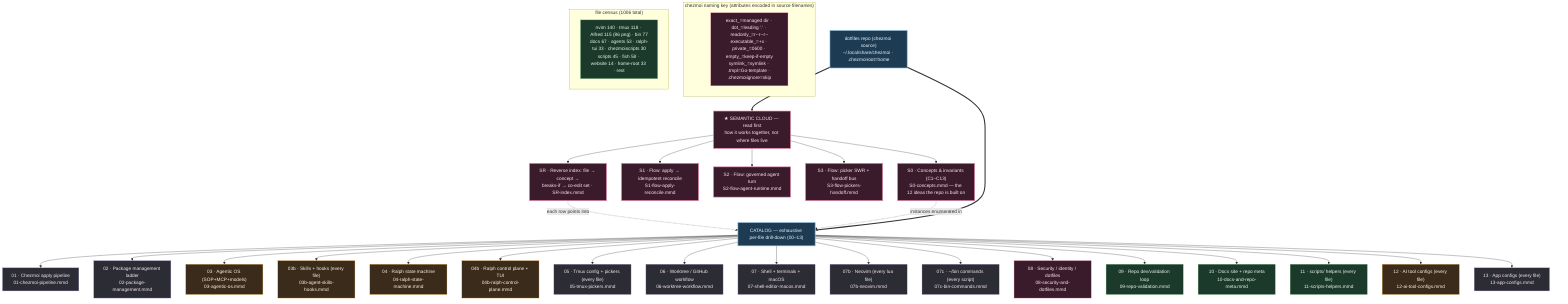
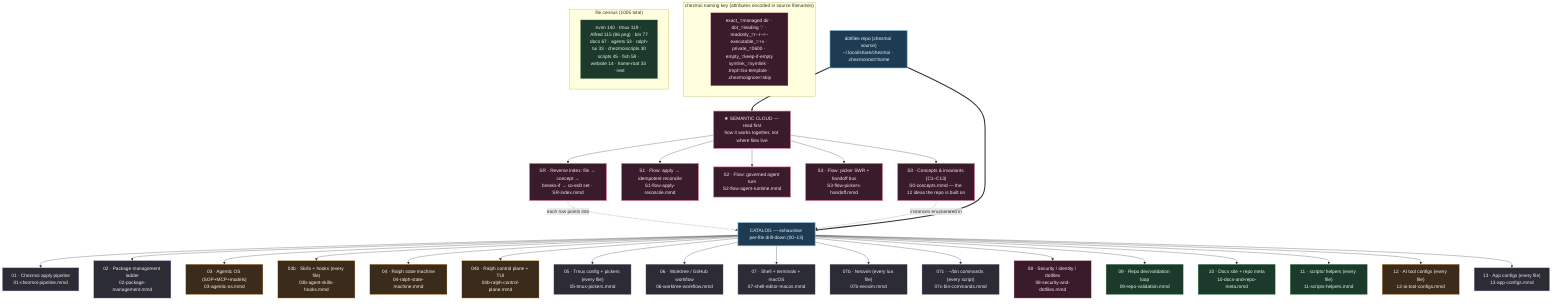
%% ============================================================================
%% 00-overview.mmd — Master navigation map for kapral18/dotfiles
%% TWO LAYERS:
%%   SEMANTIC CLOUD (read first) — how the system THINKS: concepts+invariants
%%     (S0), cross-cutting flows (S1/S2/S3), and a reverse index (SR) that maps
%%     any file to its concept, blast radius, and co-edit set.
%%   CATALOG (drill-down) — how the system is LAID OUT: 00-13 enumerate every
- %%     one of the 1006 tracked files by exact chezmoi source path.
+ %%     one of the 1005 tracked files by exact chezmoi source path.
%% `home/` is chezmoi source deployed to $HOME; scripts/tools/website/docs are
%% repo-side (NOT deployed). Each node → a deeper .mmd.
%% ============================================================================
graph TD
    classDef entry fill:#1d3b53,stroke:#7fb3d5,color:#eaf2f8,stroke-width:2px;
    classDef sys fill:#2c2c34,stroke:#b39ddb,color:#f3e5f5;
    classDef ai fill:#3a2b1b,stroke:#ffb74d,color:#fff3e0;
    classDef repo fill:#1b3a2b,stroke:#81c784,color:#e8f5e9;
    classDef data fill:#3a1b2b,stroke:#f48fb1,color:#fce4ec;
    classDef sem fill:#3a1b2b,stroke:#f48fb1,color:#fce4ec,stroke-width:2px;

    ROOT["dotfiles repo (chezmoi source)<br/>~/.local/share/chezmoi · .chezmoiroot=home"]:::entry

    %% ---- SEMANTIC LAYER (read before the catalog) --------------------------
    ROOT ==> SEMHEAD["★ SEMANTIC CLOUD — read first<br/>how it works together, not where files live"]:::sem
    SEMHEAD --> S0["S0 · Concepts & invariants (C1–C13)<br/>S0-concepts.mmd — the 12 ideas the repo is built on"]:::sem
    SEMHEAD --> S1["S1 · Flow: apply → idempotent reconcile<br/>S1-flow-apply-reconcile.mmd"]:::sem
    SEMHEAD --> S2["S2 · Flow: governed agent turn<br/>S2-flow-agent-runtime.mmd"]:::sem
    SEMHEAD --> S3["S3 · Flow: picker SWR + handoff bus<br/>S3-flow-pickers-handoff.mmd"]:::sem
    SEMHEAD --> SR["SR · Reverse index: file → concept →<br/>breaks-if → co-edit set · SR-index.mmd"]:::sem
    SR -. "each row points into" .-> CATHEAD
    S0 -. "instances enumerated in" .-> CATHEAD

    %% ---- CATALOG LAYER (exhaustive per-file drill-down) --------------------
    ROOT ==> CATHEAD["CATALOG — exhaustive per-file drill-down (00–13)"]:::entry

    CATHEAD --> CZ["01 · Chezmoi apply pipeline<br/>01-chezmoi-pipeline.mmd"]:::sys
    CATHEAD --> PKG["02 · Package management ladder<br/>02-package-management.mmd"]:::sys
    CATHEAD --> AIOS["03 · Agentic OS (SOP+MCP+models)<br/>03-agentic-os.mmd"]:::ai
    CATHEAD --> SKILLS["03b · Skills + hooks (every file)<br/>03b-agent-skills-hooks.mmd"]:::ai
    CATHEAD --> RALPH["04 · Ralph state machine<br/>04-ralph-state-machine.mmd"]:::ai
    CATHEAD --> RALPHCP["04b · Ralph control plane + TUI<br/>04b-ralph-control-plane.mmd"]:::ai
    CATHEAD --> TMUX["05 · Tmux config + pickers (every file)<br/>05-tmux-pickers.mmd"]:::sys
    CATHEAD --> WT["06 · Worktree / GitHub workflow<br/>06-worktree-workflow.mmd"]:::sys
    CATHEAD --> SEM["07 · Shell + terminals + macOS<br/>07-shell-editor-macos.mmd"]:::sys
    CATHEAD --> NVIM["07b · Neovim (every lua file)<br/>07b-neovim.mmd"]:::sys
    CATHEAD --> BIN["07c · ~/bin commands (every script)<br/>07c-bin-commands.mmd"]:::sys
    CATHEAD --> SEC["08 · Security / identity / dotfiles<br/>08-security-and-dotfiles.mmd"]:::data
    CATHEAD --> VAL["09 · Repo dev/validation loop<br/>09-repo-validation.mmd"]:::repo
    CATHEAD --> DOCS["10 · Docs site + repo meta<br/>10-docs-and-repo-meta.mmd"]:::repo
    CATHEAD --> SCRIPTS["11 · scripts/ helpers (every file)<br/>11-scripts-helpers.mmd"]:::repo
    CATHEAD --> AICFG["12 · AI tool configs (every file)<br/>12-ai-tool-configs.mmd"]:::ai
    CATHEAD --> APPS["13 · App configs (every file)<br/>13-app-configs.mmd"]:::sys

    subgraph KEY["chezmoi naming key (attributes encoded in source filenames)"]
        K1["exact_=managed dir · dot_=leading '.' · readonly_=r--r--r--<br/>executable_=+x · private_=0600 · empty_=keep-if-empty<br/>symlink_=symlink · .tmpl=Go-template · .chezmoiignore=skip"]:::data
    end

-     subgraph COUNTS["file census (1006 total)"]
-         C1["nvim 140 · tmux 118 · Alfred 115 (86 png) · bin 77<br/>docs 67 · agents 53 · ralph-tui 33 · chezmoiscripts 30<br/>scripts 45 · fish 58 · website 14 · home-root 33 · rest"]:::repo
+     subgraph COUNTS["file census (1005 total)"]
+         C1["nvim 140 · tmux 119 · Alfred 115 (86 png) · bin 77<br/>docs 67 · agents 53 · ralph-tui 33 · chezmoiscripts 30<br/>scripts 45 · fish 58 · website 14 · home-root 33 · rest"]:::repo
    end
